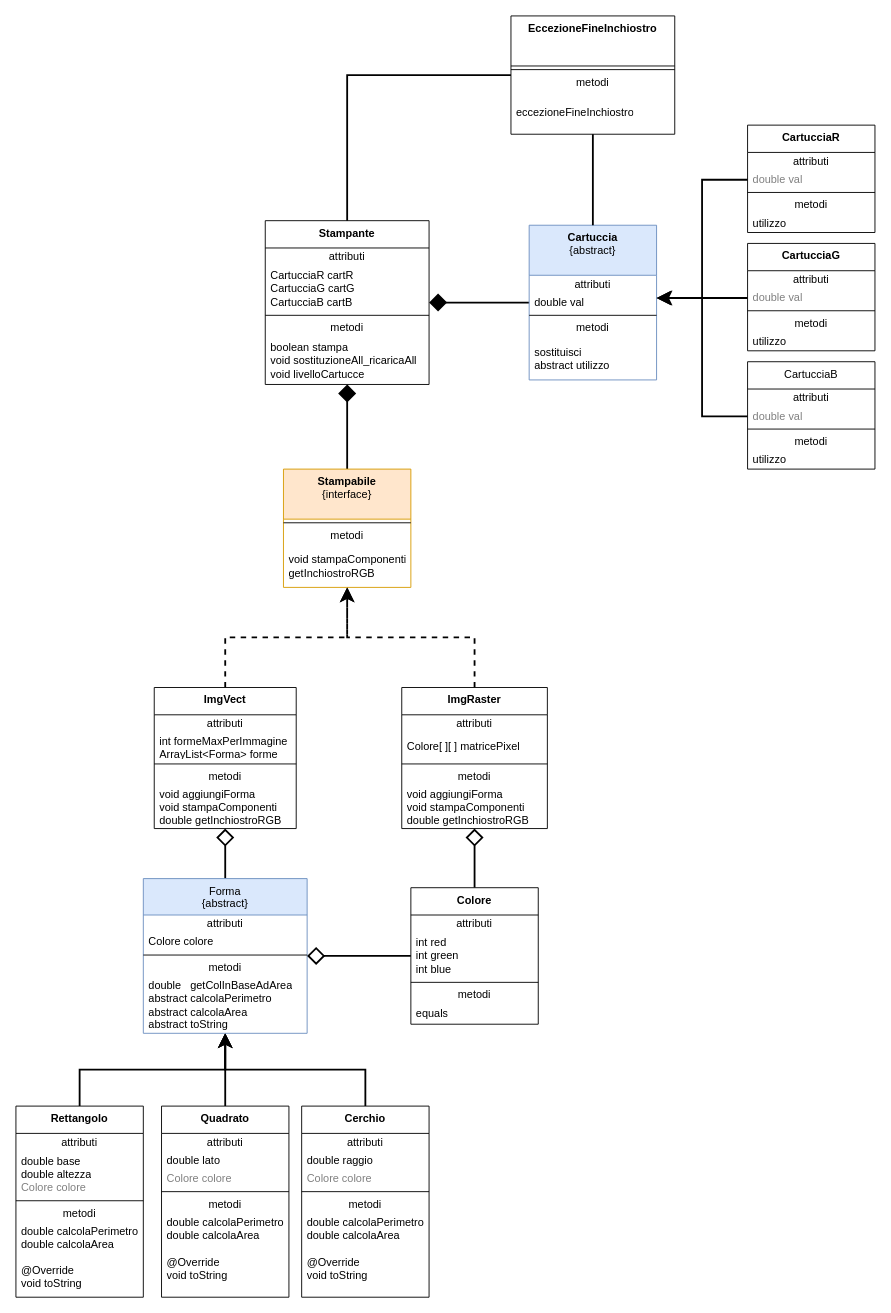
The draw.io diagram UML di stampante.drawio in ilDema/Stampante, before the edit. Source tidied: cells renumbered, new cells numbered last; positions are measured from the earlier drawing's top-left corner, leaving out a move shared by most shapes. Both pictures are drawn from the tidied source at 91%, with x=0, y=0 at pixel (15, 15).
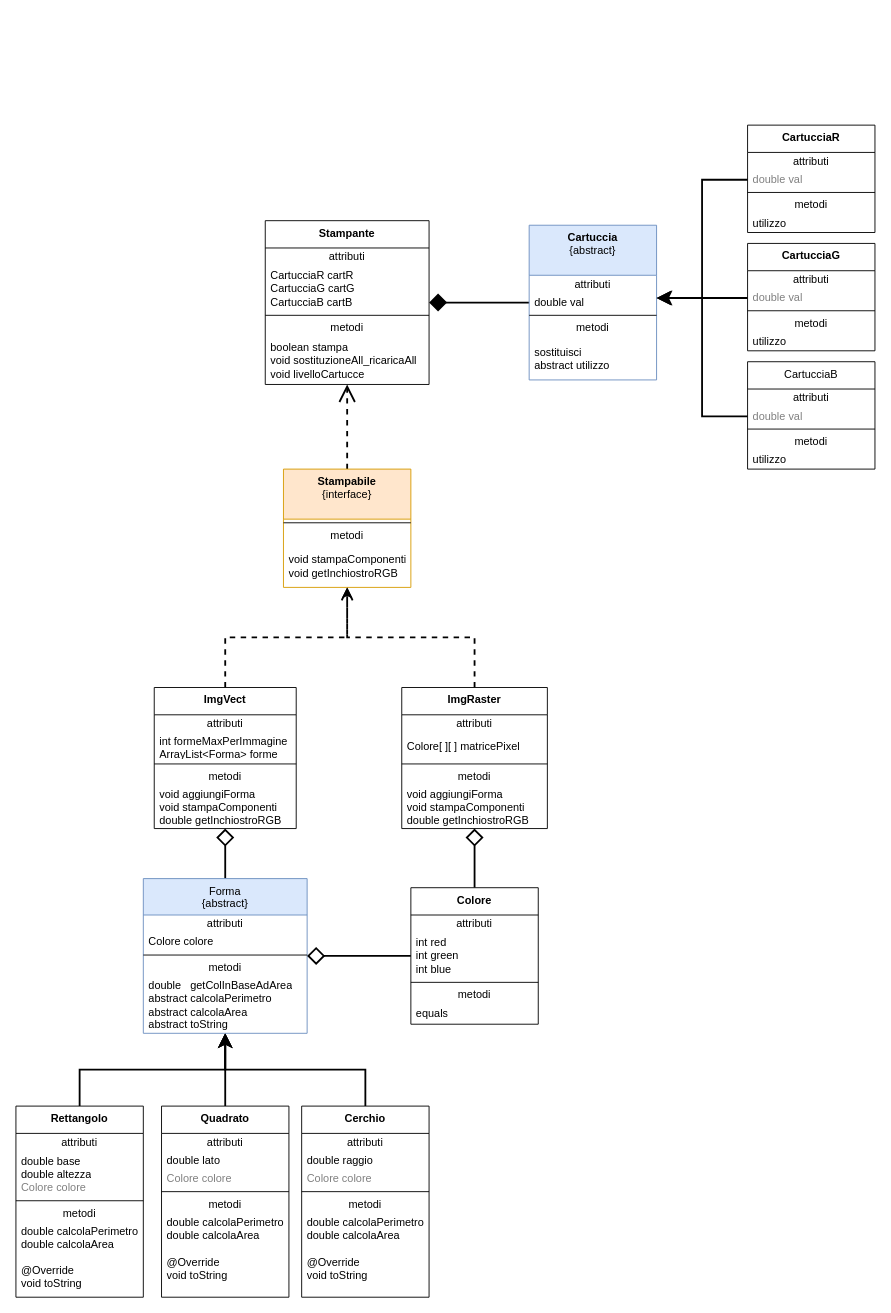
The same page after the edit.

The change refers to these unchanged cells:
```xml
<mxCell id="9" value="&lt;b&gt;Stampante&lt;/b&gt;&lt;div&gt;&lt;br/&gt;&lt;/div&gt;" style="swimlane;fontStyle=0;align=center;verticalAlign=top;horizontal=1;startSize=30;html=1;whiteSpace=wrap;" parent="1" vertex="1">
  <mxGeometry x="274" y="225" width="180" height="180" as="geometry" />
</mxCell>
<mxCell id="16" value="&lt;b&gt;Cartuccia&lt;/b&gt;&lt;br&gt;{abstract}" style="swimlane;fontStyle=0;align=center;verticalAlign=top;horizontal=1;startSize=55;html=1;whiteSpace=wrap;fillColor=#dae8fc;strokeColor=#6c8ebf;" parent="1" vertex="1">
  <mxGeometry x="564" y="230" width="140" height="170" as="geometry" />
</mxCell>
<mxCell id="55" value="&lt;b&gt;ImgVect&lt;/b&gt;" style="swimlane;fontStyle=0;align=center;verticalAlign=top;horizontal=1;startSize=30;html=1;whiteSpace=wrap;" parent="1" vertex="1">
  <mxGeometry x="152" y="738" width="156" height="155" as="geometry" />
</mxCell>
<mxCell id="62" value="&lt;b&gt;Stampabile&lt;/b&gt;&lt;div&gt;{interface}&lt;/div&gt;" style="swimlane;fontStyle=0;align=center;verticalAlign=top;horizontal=1;startSize=55;html=1;whiteSpace=wrap;fillColor=#ffe6cc;strokeColor=#d79b00;" parent="1" vertex="1">
  <mxGeometry x="294" y="498" width="140" height="130" as="geometry" />
</mxCell>
<mxCell id="92" value="&lt;b&gt;ImgRaster&lt;/b&gt;" style="swimlane;fontStyle=0;align=center;verticalAlign=top;horizontal=1;startSize=30;html=1;whiteSpace=wrap;" parent="1" vertex="1">
  <mxGeometry x="424" y="738" width="160" height="155" as="geometry" />
</mxCell>
```

Diff of the diagram source:
```diff
@@
-    <mxCell id="41" style="edgeStyle=orthogonalEdgeStyle;rounded=0;jettySize=auto;html=1;exitX=0.5;exitY=1;exitDx=0;exitDy=0;entryX=0.5;entryY=0;entryDx=0;entryDy=0;endArrow=none;endFill=0;strokeWidth=2;" parent="1" edge="1" source="43" target="16">
-      <mxGeometry relative="1" as="geometry" />
-    </mxCell>
-    <mxCell id="42" style="edgeStyle=orthogonalEdgeStyle;shape=connector;rounded=0;jettySize=auto;html=1;strokeColor=default;strokeWidth=2;align=center;verticalAlign=middle;fontFamily=Helvetica;fontSize=11;fontColor=default;labelBackgroundColor=default;endArrow=none;endSize=10;endFill=0;" parent="1" edge="1" source="43" target="9">
-      <mxGeometry relative="1" as="geometry" />
-    </mxCell>
-    <mxCell id="43" value="&lt;b&gt;EccezioneFineInchiostro&lt;/b&gt;" style="swimlane;fontStyle=0;align=center;verticalAlign=top;horizontal=1;startSize=55;html=1;whiteSpace=wrap;" parent="1" vertex="1">
-      <mxGeometry x="544" width="180" height="130" as="geometry" />
-    </mxCell>
-    <mxCell id="44" style="line;strokeWidth=1;fillColor=none;align=left;verticalAlign=middle;spacingTop=-1;spacingLeft=3;spacingRight=3;labelPosition=right;" parent="43" vertex="1">
-      <mxGeometry y="55" width="180" height="8" as="geometry" />
-    </mxCell>
-    <mxCell id="45" value="metodi" style="text;html=1;strokeColor=none;fillColor=none;align=center;verticalAlign=middle;spacingLeft=4;spacingRight=4;overflow=hidden;whiteSpace=wrap;" parent="43" vertex="1">
-      <mxGeometry y="63" width="180" height="20" as="geometry" />
-    </mxCell>
-    <mxCell id="46" value="eccezioneFineInchiostro" style="text;html=1;strokeColor=none;fillColor=none;align=left;verticalAlign=middle;spacingLeft=4;spacingRight=4;overflow=hidden;whiteSpace=wrap;" parent="43" vertex="1">
-      <mxGeometry y="83" width="180" height="47" as="geometry" />
-    </mxCell>
@@
-    <mxCell id="54" style="edgeStyle=orthogonalEdgeStyle;shape=connector;rounded=0;jettySize=auto;html=1;exitX=0.5;exitY=0;exitDx=0;exitDy=0;strokeColor=default;strokeWidth=2;align=center;verticalAlign=middle;fontFamily=Helvetica;fontSize=11;fontColor=default;labelBackgroundColor=default;endArrow=classic;endSize=10;dashed=1;" parent="1" edge="1" source="55" target="62">
+    <mxCell id="54" style="edgeStyle=orthogonalEdgeStyle;shape=connector;rounded=0;jettySize=auto;html=1;exitX=0.5;exitY=0;exitDx=0;exitDy=0;strokeColor=default;strokeWidth=2;align=center;verticalAlign=middle;fontFamily=Helvetica;fontSize=11;fontColor=default;labelBackgroundColor=default;endArrow=open;endSize=10;dashed=1;endFill=0;" parent="1" edge="1" source="55" target="62">
       <mxGeometry relative="1" as="geometry" />
     </mxCell>
@@
-    <mxCell id="61" style="edgeStyle=orthogonalEdgeStyle;shape=connector;rounded=0;jettySize=auto;html=1;strokeColor=default;strokeWidth=2;align=center;verticalAlign=middle;fontFamily=Helvetica;fontSize=11;fontColor=default;labelBackgroundColor=default;endArrow=diamond;endSize=15;endFill=1;" parent="1" edge="1" source="62" target="9">
+    <mxCell id="61" style="edgeStyle=orthogonalEdgeStyle;shape=connector;rounded=0;jettySize=auto;html=1;strokeColor=default;strokeWidth=2;align=center;verticalAlign=middle;fontFamily=Helvetica;fontSize=11;fontColor=default;labelBackgroundColor=default;endArrow=open;endSize=15;endFill=0;dashed=1;" parent="1" edge="1" source="62" target="9">
       <mxGeometry relative="1" as="geometry" />
     </mxCell>
@@
-    <mxCell id="65" value="void stampaComponenti&lt;div&gt;getInchiostroRGB&lt;/div&gt;" style="text;html=1;strokeColor=none;fillColor=none;align=left;verticalAlign=middle;spacingLeft=4;spacingRight=4;overflow=hidden;whiteSpace=wrap;" parent="62" vertex="1">
+    <mxCell id="65" value="void stampaComponenti&lt;div&gt;void getInchiostroRGB&lt;/div&gt;" style="text;html=1;strokeColor=none;fillColor=none;align=left;verticalAlign=middle;spacingLeft=4;spacingRight=4;overflow=hidden;whiteSpace=wrap;" parent="62" vertex="1">
       <mxGeometry y="83" width="140" height="47" as="geometry" />
     </mxCell>
@@
-    <mxCell id="91" style="edgeStyle=orthogonalEdgeStyle;shape=connector;rounded=0;jettySize=auto;html=1;exitX=0.5;exitY=0;exitDx=0;exitDy=0;strokeColor=default;strokeWidth=2;align=center;verticalAlign=middle;fontFamily=Helvetica;fontSize=11;fontColor=default;labelBackgroundColor=default;endArrow=classic;endSize=10;dashed=1;" parent="1" edge="1" source="92" target="62">
+    <mxCell id="91" style="edgeStyle=orthogonalEdgeStyle;rounded=0;jettySize=auto;html=1;exitX=0.5;exitY=0;exitDx=0;exitDy=0;dashed=1;strokeWidth=2;" parent="1" edge="1" source="92" target="62">
       <mxGeometry relative="1" as="geometry" />
     </mxCell>
```
